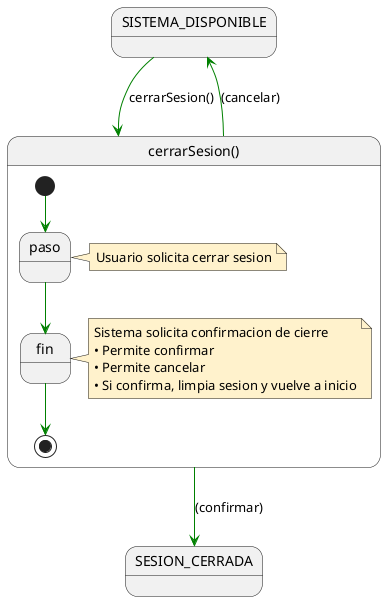
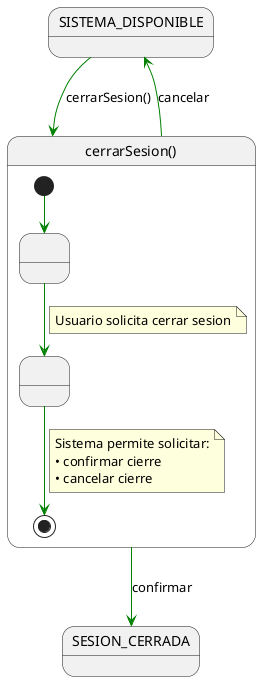
@startuml cerrarSesion
top to bottom direction
skinparam classAttributeIconSize 0
skinparam ArrowColor Green

+ ' ===== Estados de contexto =====
state "SISTEMA_DISPONIBLE" as SISTEMA_DISPONIBLE
state "SESION_CERRADA" as SESION_CERRADA

- state "cerrarSesion()" as cerrarSesion {
-   [*] --> paso
+ ' ===== Caso de uso =====
+ state "cerrarSesion()" as UC {

-   note right #FFF2CC
+   [*] --> N1
+ 
+   state " " as N1
+   state " " as N2
+ 
+   N1 --> N2
+   note on link
  Usuario solicita cerrar sesion
  end note

-   paso --> fin
- 
-   note right #FFF2CC
-   Sistema solicita confirmacion de cierre
-   • Permite confirmar
-   • Permite cancelar
-   • Si confirma, limpia sesion y vuelve a inicio
+   N2 --> [*]
+   note on link
+   Sistema permite solicitar:
+   • confirmar cierre
+   • cancelar cierre
  end note
- 
-   fin --> [*]
}

- SISTEMA_DISPONIBLE --> cerrarSesion : cerrarSesion()
- cerrarSesion --> SESION_CERRADA : (confirmar)
- cerrarSesion --> SISTEMA_DISPONIBLE : (cancelar)
+ ' ===== Transiciones de contexto =====
+ SISTEMA_DISPONIBLE --> UC : cerrarSesion()
+ UC --> SESION_CERRADA : confirmar
+ UC --> SISTEMA_DISPONIBLE : cancelar

@enduml
